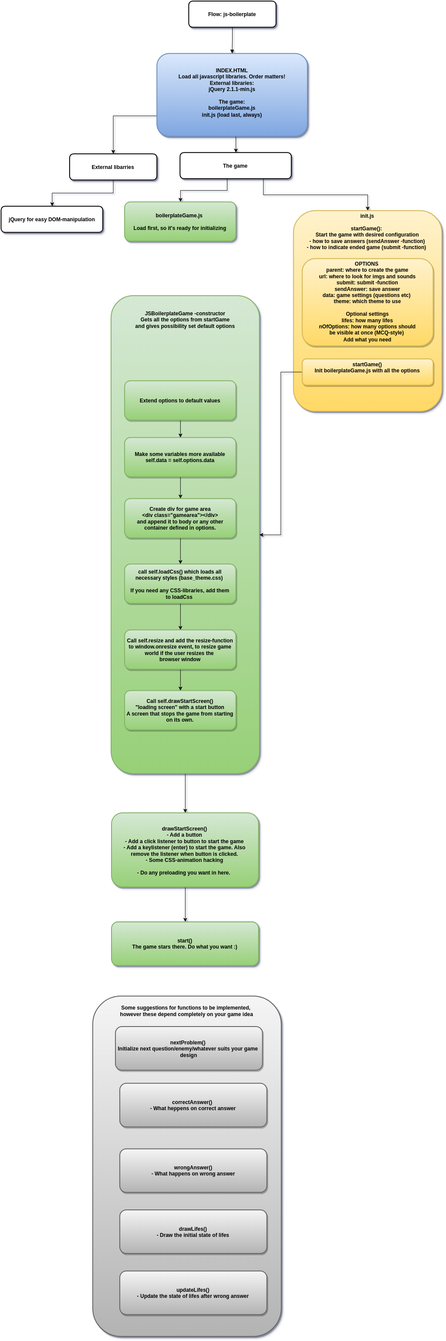
Above: js-boilerplate.svg in gellati/pulmalabyrintti (draw.io), before the change. Source tidied: cells renumbered, new cells last; positions are measured from the earlier drawing's top-left corner, leaving out a move shared by most shapes.
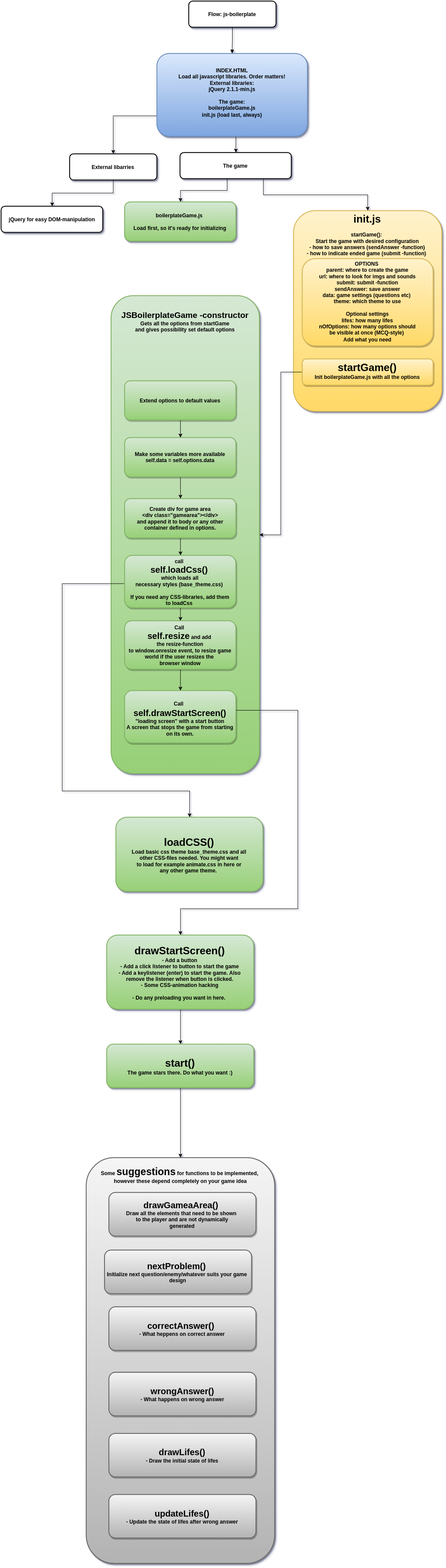
The same file after the commit.

Commit message:
updated flow chart

What changed in the source:
```diff
@@ -2,13 +2,10 @@
   <root>
     <mxCell id="0" style="html=1;" />
     <mxCell id="1" style="html=1;" parent="0" />
-    <mxCell id="2" value="&lt;div&gt;&lt;br&gt;&lt;/div&gt;Some suggestions for functions to be implemented,&amp;nbsp;&lt;div&gt;however these depend completely on your game idea&lt;/div&gt;" style="rounded=1;shadow=1;fontStyle=1;html=1;strokeWidth=2;plain-gray;verticalAlign=top;" parent="1" vertex="1">
-      <mxGeometry x="210" y="2280" width="432" height="780" as="geometry" />
+    <mxCell id="2" value="&lt;div&gt;&lt;br&gt;&lt;/div&gt;Some &lt;font style=&quot;font-size: 23px&quot;&gt;suggestions&lt;/font&gt; for functions to be implemented,&amp;nbsp;&lt;div&gt;however these depend completely on your game idea&lt;/div&gt;" style="rounded=1;shadow=1;fontStyle=1;html=1;strokeWidth=2;plain-gray;verticalAlign=top;" parent="1" vertex="1">
+      <mxGeometry x="195" y="2650" width="432" height="930" as="geometry" />
     </mxCell>
-    <mxCell id="3" style="edgeStyle=orthogonalEdgeStyle;rounded=0;html=1;exitX=0.5;exitY=1;entryX=0.5;entryY=0;jettySize=auto;" parent="1" edge="1" source="4" target="30">
-      <mxGeometry relative="1" as="geometry" />
-    </mxCell>
-    <mxCell id="4" value="&lt;div&gt;&lt;span&gt;&lt;br&gt;&lt;/span&gt;&lt;/div&gt;&lt;span&gt;&lt;div&gt;&lt;span&gt;&lt;br&gt;&lt;/span&gt;&lt;/div&gt;JSBoilerplateGame -constructor&lt;/span&gt;&lt;div&gt;Gets all the options from startGame&lt;/div&gt;&lt;div&gt;and gives possibility set default options&lt;/div&gt;&lt;div&gt;&lt;br&gt;&lt;/div&gt;" style="rounded=1;shadow=1;fontStyle=1;html=1;strokeWidth=2;plain-green;verticalAlign=top;" parent="1" vertex="1">
+    <mxCell id="4" value="&lt;div&gt;&lt;span&gt;&lt;br&gt;&lt;/span&gt;&lt;/div&gt;&lt;span&gt;&lt;div&gt;&lt;span&gt;&lt;br&gt;&lt;/span&gt;&lt;/div&gt;&lt;font style=&quot;font-size: 19px&quot;&gt;JSBoilerplateGame -constructor&lt;/font&gt;&lt;/span&gt;&lt;div&gt;Gets all the options from startGame&lt;/div&gt;&lt;div&gt;and gives possibility set default options&lt;/div&gt;&lt;div&gt;&lt;br&gt;&lt;/div&gt;" style="rounded=1;shadow=1;fontStyle=1;html=1;strokeWidth=2;plain-green;verticalAlign=top;" parent="1" vertex="1">
       <mxGeometry x="252" y="675" width="340" height="1095" as="geometry" />
     </mxCell>
     <mxCell id="5" value="Flow: js-boilerplate" style="rounded=1;fillColor=#FFFFFF;strokeColor=#000000;shadow=1;gradientColor=none;fontStyle=1;html=1;strokeWidth=2;" parent="1" vertex="1">
@@ -49,7 +46,7 @@
     <mxCell id="15" value="The game" style="rounded=1;fillColor=#FFFFFF;strokeColor=#000000;shadow=1;gradientColor=none;fontStyle=1;html=1;strokeWidth=2;" parent="1" vertex="1">
       <mxGeometry x="410" y="347" width="255" height="60" as="geometry" />
     </mxCell>
-    <mxCell id="16" value="init.js&lt;div&gt;&lt;br&gt;&lt;/div&gt;&lt;div&gt;startGame():&amp;nbsp;&lt;/div&gt;&lt;div&gt;Start the game with desired configuration&lt;/div&gt;&lt;div&gt;- how to save answers (sendAnswer -function)&lt;/div&gt;&lt;div&gt;- how to indicate ended game (submit -function)&amp;nbsp;&lt;/div&gt;" style="rounded=1;shadow=1;fontStyle=1;html=1;strokeWidth=2;plain-yellow;verticalAlign=top;" parent="1" vertex="1">
+    <mxCell id="16" value="&lt;font style=&quot;font-size: 24px&quot;&gt;init.js&lt;/font&gt;&lt;div&gt;&lt;br&gt;&lt;/div&gt;&lt;div&gt;startGame():&amp;nbsp;&lt;/div&gt;&lt;div&gt;Start the game with desired configuration&lt;/div&gt;&lt;div&gt;- how to save answers (sendAnswer -function)&lt;/div&gt;&lt;div&gt;- how to indicate ended game (submit -function)&amp;nbsp;&lt;/div&gt;" style="rounded=1;shadow=1;fontStyle=1;html=1;strokeWidth=2;plain-yellow;verticalAlign=top;" parent="1" vertex="1">
       <mxGeometry x="670" y="480" width="340" height="460" as="geometry" />
     </mxCell>
     <mxCell id="17" value="boilerplateGame.js&amp;nbsp;&lt;div&gt;&lt;br&gt;&lt;/div&gt;&lt;div&gt;Load first, so it's ready for initializing&lt;/div&gt;" style="rounded=1;shadow=1;fontStyle=1;html=1;strokeWidth=2;plain-green;" parent="1" vertex="1">
@@ -76,41 +73,62 @@
     <mxCell id="24" style="edgeStyle=orthogonalEdgeStyle;rounded=0;html=1;exitX=0.5;exitY=1;entryX=0.5;entryY=0;jettySize=auto;" parent="1" edge="1" source="25" target="27">
       <mxGeometry relative="1" as="geometry" />
     </mxCell>
+    <mxCell id="41" style="edgeStyle=orthogonalEdgeStyle;rounded=0;html=1;exitX=0;exitY=0.5;entryX=0.5;entryY=0;jettySize=auto;" parent="1" edge="1" source="25" target="44">
+      <mxGeometry relative="1" as="geometry">
+        <Array as="points">
+          <mxPoint x="140" y="1335" />
+          <mxPoint x="140" y="1810" />
+          <mxPoint x="432" y="1810" />
+        </Array>
+      </mxGeometry>
+    </mxCell>
-    <mxCell id="25" value="call self.loadCss() which loads all&lt;div&gt;necessary styles (base_theme.css)&amp;nbsp;&lt;/div&gt;&lt;div&gt;&lt;br&gt;&lt;/div&gt;&lt;div&gt;If you need any CSS-libraries, add them&lt;/div&gt;&lt;div&gt;to loadCss&amp;nbsp;&lt;/div&gt;" style="rounded=1;shadow=1;fontStyle=1;html=1;strokeWidth=2;plain-green;" parent="1" vertex="1">
-      <mxGeometry x="283" y="1290" width="255" height="90" as="geometry" />
+    <mxCell id="25" value="call&amp;nbsp;&lt;div&gt;&lt;font style=&quot;font-size: 20px&quot;&gt;self.loadCss()&lt;/font&gt;&amp;nbsp;&lt;/div&gt;&lt;div&gt;which loads all&lt;div&gt;necessary styles (base_theme.css)&amp;nbsp;&lt;/div&gt;&lt;div&gt;&lt;br&gt;&lt;/div&gt;&lt;div&gt;If you need any CSS-libraries, add them&lt;/div&gt;&lt;div&gt;to loadCss&amp;nbsp;&lt;/div&gt;&lt;/div&gt;" style="rounded=1;shadow=1;fontStyle=1;html=1;strokeWidth=2;plain-green;" parent="1" vertex="1">
+      <mxGeometry x="283" y="1270" width="255" height="120" as="geometry" />
     </mxCell>
     <mxCell id="26" style="edgeStyle=orthogonalEdgeStyle;rounded=0;html=1;exitX=0.5;exitY=1;entryX=0.5;entryY=0;jettySize=auto;" parent="1" edge="1" source="27" target="28">
       <mxGeometry relative="1" as="geometry" />
     </mxCell>
-    <mxCell id="27" value="Call self.resize and add the resize-function&lt;div&gt;to window.onresize event, to resize game&lt;/div&gt;&lt;div&gt;world if the user resizes the&amp;nbsp;&lt;/div&gt;&lt;div&gt;browser window&lt;/div&gt;" style="rounded=1;shadow=1;fontStyle=1;html=1;strokeWidth=2;plain-green;" parent="1" vertex="1">
-      <mxGeometry x="283" y="1441" width="255" height="90" as="geometry" />
+    <mxCell id="27" value="Call&amp;nbsp;&lt;div&gt;&lt;font style=&quot;font-size: 20px&quot;&gt;self.resize&lt;/font&gt; and add&amp;nbsp;&lt;div&gt;the resize-function&lt;div&gt;to window.onresize event, to resize game&lt;/div&gt;&lt;div&gt;world if the user resizes the&amp;nbsp;&lt;/div&gt;&lt;div&gt;browser window&lt;/div&gt;&lt;/div&gt;&lt;/div&gt;" style="rounded=1;shadow=1;fontStyle=1;html=1;strokeWidth=2;plain-green;" parent="1" vertex="1">
+      <mxGeometry x="283" y="1420" width="255" height="111" as="geometry" />
     </mxCell>
+    <mxCell id="42" style="edgeStyle=orthogonalEdgeStyle;rounded=0;html=1;exitX=1;exitY=0.5;entryX=0.5;entryY=0;jettySize=auto;" parent="1" edge="1" source="28" target="30">
+      <mxGeometry relative="1" as="geometry">
+        <Array as="points">
+          <mxPoint x="680" y="1625" />
+          <mxPoint x="680" y="2080" />
+          <mxPoint x="411" y="2080" />
+        </Array>
+      </mxGeometry>
+    </mxCell>
-    <mxCell id="28" value="Call self.drawStartScreen()&lt;div&gt;&quot;loading screen&quot; with a start button&lt;/div&gt;&lt;div&gt;A screen that stops the game from starting&lt;/div&gt;&lt;div&gt;on its own.&lt;/div&gt;" style="rounded=1;shadow=1;fontStyle=1;html=1;strokeWidth=2;plain-green;" parent="1" vertex="1">
-      <mxGeometry x="283" y="1580" width="255" height="90" as="geometry" />
+    <mxCell id="28" value="Call&lt;font style=&quot;font-size: 20px&quot;&gt;&amp;nbsp;&lt;/font&gt;&lt;div&gt;&lt;font style=&quot;font-size: 20px&quot;&gt;self.drawStartScreen()&lt;/font&gt;&lt;div&gt;&quot;loading screen&quot; with a start button&lt;/div&gt;&lt;div&gt;A screen that stops the game from starting&lt;/div&gt;&lt;div&gt;on its own.&lt;/div&gt;&lt;/div&gt;" style="rounded=1;shadow=1;fontStyle=1;html=1;strokeWidth=2;plain-green;" parent="1" vertex="1">
+      <mxGeometry x="283" y="1580" width="255" height="120" as="geometry" />
     </mxCell>
     <mxCell id="29" style="edgeStyle=orthogonalEdgeStyle;rounded=0;html=1;exitX=0.5;exitY=1;entryX=0.5;entryY=0;jettySize=auto;" parent="1" edge="1" source="30" target="31">
       <mxGeometry relative="1" as="geometry" />
     </mxCell>
-    <mxCell id="30" value="drawStartScreen()&lt;div&gt;- Add a button&lt;/div&gt;&lt;div&gt;- Add a click listener to button to start the game&lt;/div&gt;&lt;div&gt;- Add a keylistener (enter) to start the game. Also&lt;/div&gt;&lt;div&gt;remove the listener when button is clicked.&lt;/div&gt;&lt;div&gt;- Some CSS-animation hacking&lt;/div&gt;&lt;div&gt;&lt;br&gt;&lt;/div&gt;&lt;div&gt;- Do any preloading you want in here.&amp;nbsp;&lt;/div&gt;" style="rounded=1;shadow=1;fontStyle=1;html=1;strokeWidth=2;plain-green;" parent="1" vertex="1">
-      <mxGeometry x="253" y="1860" width="337" height="170" as="geometry" />
+    <mxCell id="30" value="&lt;font style=&quot;font-size: 24px&quot;&gt;drawStartScreen()&lt;/font&gt;&lt;div&gt;- Add a button&lt;/div&gt;&lt;div&gt;- Add a click listener to button to start the game&lt;/div&gt;&lt;div&gt;- Add a keylistener (enter) to start the game. Also&lt;/div&gt;&lt;div&gt;remove the listener when button is clicked.&lt;/div&gt;&lt;div&gt;- Some CSS-animation hacking&lt;/div&gt;&lt;div&gt;&lt;br&gt;&lt;/div&gt;&lt;div&gt;- Do any preloading you want in here.&amp;nbsp;&lt;/div&gt;" style="rounded=1;shadow=1;fontStyle=1;html=1;strokeWidth=2;plain-green;" parent="1" vertex="1">
+      <mxGeometry x="242" y="2140" width="337" height="170" as="geometry" />
     </mxCell>
+    <mxCell id="43" style="edgeStyle=orthogonalEdgeStyle;rounded=0;html=1;exitX=0.5;exitY=1;entryX=0.5;entryY=0;jettySize=auto;" parent="1" edge="1" source="31" target="2">
+      <mxGeometry relative="1" as="geometry" />
+    </mxCell>
-    <mxCell id="31" value="start()&lt;div&gt;The game stars there. Do what you want :)&lt;/div&gt;" style="rounded=1;shadow=1;fontStyle=1;html=1;strokeWidth=2;plain-green;" parent="1" vertex="1">
-      <mxGeometry x="253" y="2110" width="337" height="100" as="geometry" />
+    <mxCell id="31" value="&lt;font style=&quot;font-size: 24px&quot;&gt;start()&lt;/font&gt;&lt;div&gt;The game stars there. Do what you want :)&lt;/div&gt;" style="rounded=1;shadow=1;fontStyle=1;html=1;strokeWidth=2;plain-green;" parent="1" vertex="1">
+      <mxGeometry x="242" y="2390" width="337" height="100" as="geometry" />
     </mxCell>
-    <mxCell id="32" value="nextProblem()&amp;nbsp;&lt;div&gt;Initialize next question/enemy/whatever suits your game&amp;nbsp;&lt;/div&gt;&lt;div&gt;design&lt;/div&gt;" style="rounded=1;shadow=1;fontStyle=1;html=1;strokeWidth=2;plain-gray;" parent="1" vertex="1">
-      <mxGeometry x="262" y="2350" width="337" height="100" as="geometry" />
+    <mxCell id="32" value="&lt;font style=&quot;font-size: 20px&quot;&gt;nextProblem()&amp;nbsp;&lt;/font&gt;&lt;div&gt;Initialize next question/enemy/whatever suits your game&amp;nbsp;&lt;/div&gt;&lt;div&gt;design&lt;/div&gt;" style="rounded=1;shadow=1;fontStyle=1;html=1;strokeWidth=2;plain-gray;" parent="1" vertex="1">
+      <mxGeometry x="237" y="2862" width="337" height="100" as="geometry" />
     </mxCell>
-    <mxCell id="33" value="correctAnswer()&amp;nbsp;&lt;div&gt;- What heppens on correct answer&lt;/div&gt;" style="rounded=1;shadow=1;fontStyle=1;html=1;strokeWidth=2;plain-gray;" parent="1" vertex="1">
-      <mxGeometry x="272" y="2480" width="337" height="100" as="geometry" />
+    <mxCell id="33" value="&lt;font style=&quot;font-size: 20px&quot;&gt;correctAnswer()&amp;nbsp;&lt;/font&gt;&lt;div&gt;- What heppens on correct answer&lt;/div&gt;" style="rounded=1;shadow=1;fontStyle=1;html=1;strokeWidth=2;plain-gray;" parent="1" vertex="1">
+      <mxGeometry x="247" y="2992" width="337" height="100" as="geometry" />
     </mxCell>
-    <mxCell id="34" value="&lt;div&gt;wrongAnswer()&lt;/div&gt;&lt;div&gt;- What happens on wrong answer&lt;/div&gt;" style="rounded=1;shadow=1;fontStyle=1;html=1;strokeWidth=2;plain-gray;" parent="1" vertex="1">
-      <mxGeometry x="272" y="2630" width="337" height="100" as="geometry" />
+    <mxCell id="34" value="&lt;div&gt;&lt;font style=&quot;font-size: 20px&quot;&gt;wrongAnswer()&lt;/font&gt;&lt;/div&gt;&lt;div&gt;- What happens on wrong answer&lt;/div&gt;" style="rounded=1;shadow=1;fontStyle=1;html=1;strokeWidth=2;plain-gray;" parent="1" vertex="1">
+      <mxGeometry x="247" y="3142" width="337" height="100" as="geometry" />
     </mxCell>
-    <mxCell id="35" value="drawLifes()&lt;div&gt;- Draw the initial state of lifes&lt;/div&gt;" style="rounded=1;shadow=1;fontStyle=1;html=1;strokeWidth=2;plain-gray;" parent="1" vertex="1">
-      <mxGeometry x="272" y="2770" width="337" height="100" as="geometry" />
+    <mxCell id="35" value="&lt;font style=&quot;font-size: 20px&quot;&gt;drawLifes()&lt;/font&gt;&lt;div&gt;- Draw the initial state of lifes&lt;/div&gt;" style="rounded=1;shadow=1;fontStyle=1;html=1;strokeWidth=2;plain-gray;" parent="1" vertex="1">
+      <mxGeometry x="247" y="3282" width="337" height="100" as="geometry" />
     </mxCell>
-    <mxCell id="36" value="&lt;div&gt;updateLifes()&lt;/div&gt;&lt;div&gt;- Update the state of lifes after wrong answer&lt;/div&gt;" style="rounded=1;shadow=1;fontStyle=1;html=1;strokeWidth=2;plain-gray;" parent="1" vertex="1">
-      <mxGeometry x="272" y="2910" width="337" height="100" as="geometry" />
+    <mxCell id="36" value="&lt;div&gt;&lt;font style=&quot;font-size: 20px&quot;&gt;updateLifes()&lt;/font&gt;&lt;/div&gt;&lt;div&gt;- Update the state of lifes after wrong answer&lt;/div&gt;" style="rounded=1;shadow=1;fontStyle=1;html=1;strokeWidth=2;plain-gray;" parent="1" vertex="1">
+      <mxGeometry x="247" y="3422" width="337" height="100" as="geometry" />
     </mxCell>
     <mxCell id="37" style="edgeStyle=orthogonalEdgeStyle;rounded=0;html=1;exitX=0.5;exitY=1;jettySize=auto;orthogonalLoop=1;" parent="1" edge="1" source="16" target="16">
       <mxGeometry relative="1" as="geometry" />
@@ -121,8 +139,14 @@
     <mxCell id="39" style="edgeStyle=orthogonalEdgeStyle;rounded=0;html=1;exitX=0;exitY=0.5;jettySize=auto;" parent="1" edge="1" source="40" target="4">
       <mxGeometry relative="1" as="geometry" />
     </mxCell>
-    <mxCell id="40" value="startGame()&lt;div&gt;Init boilerplateGame.js with all the options&lt;/div&gt;" style="rounded=1;shadow=1;fontStyle=1;html=1;strokeWidth=2;plain-yellow;verticalAlign=top;" parent="1" vertex="1">
+    <mxCell id="40" value="&lt;font style=&quot;font-size: 24px&quot;&gt;startGame()&lt;/font&gt;&lt;div&gt;Init boilerplateGame.js with all the options&lt;/div&gt;" style="rounded=1;shadow=1;fontStyle=1;html=1;strokeWidth=2;plain-yellow;verticalAlign=top;" parent="1" vertex="1">
       <mxGeometry x="690" y="820" width="300" height="60" as="geometry" />
     </mxCell>
+    <mxCell id="44" value="&lt;font style=&quot;font-size: 24px&quot;&gt;loadCSS()&lt;/font&gt;&lt;div&gt;&lt;span style=&quot;line-height: 1.2&quot;&gt;Load basic css theme base_theme.css and all&lt;/span&gt;&lt;/div&gt;&lt;div&gt;&lt;span style=&quot;line-height: 1.2&quot;&gt;other CSS-files needed. You might want&lt;/span&gt;&lt;/div&gt;&lt;div&gt;&lt;span style=&quot;line-height: 1.2&quot;&gt;to load for example animate.css in here or&lt;/span&gt;&lt;/div&gt;&lt;div&gt;&lt;span style=&quot;line-height: 1.2&quot;&gt;any other game theme.&amp;nbsp;&lt;/span&gt;&lt;br&gt;&lt;/div&gt;" style="rounded=1;shadow=1;fontStyle=1;html=1;strokeWidth=2;plain-green;" parent="1" vertex="1">
+      <mxGeometry x="263" y="1870" width="337" height="170" as="geometry" />
+    </mxCell>
+    <mxCell id="45" value="&lt;font style=&quot;font-size: 20px&quot;&gt;drawGameaArea()&amp;nbsp;&lt;/font&gt;&lt;div&gt;&lt;span style=&quot;line-height: 1.2&quot;&gt;Draw all the elements that need to be shown&amp;nbsp;&lt;/span&gt;&lt;br&gt;&lt;/div&gt;&lt;div&gt;&lt;span style=&quot;line-height: 1.2&quot;&gt;to the player and are not dynamically&lt;/span&gt;&lt;/div&gt;&lt;div&gt;&lt;span style=&quot;line-height: 1.2&quot;&gt;generated&lt;/span&gt;&lt;/div&gt;" style="rounded=1;shadow=1;fontStyle=1;html=1;strokeWidth=2;plain-gray;" parent="1" vertex="1">
+      <mxGeometry x="247" y="2730" width="337" height="100" as="geometry" />
+    </mxCell>
   </root>
 </mxGraphModel>
```
